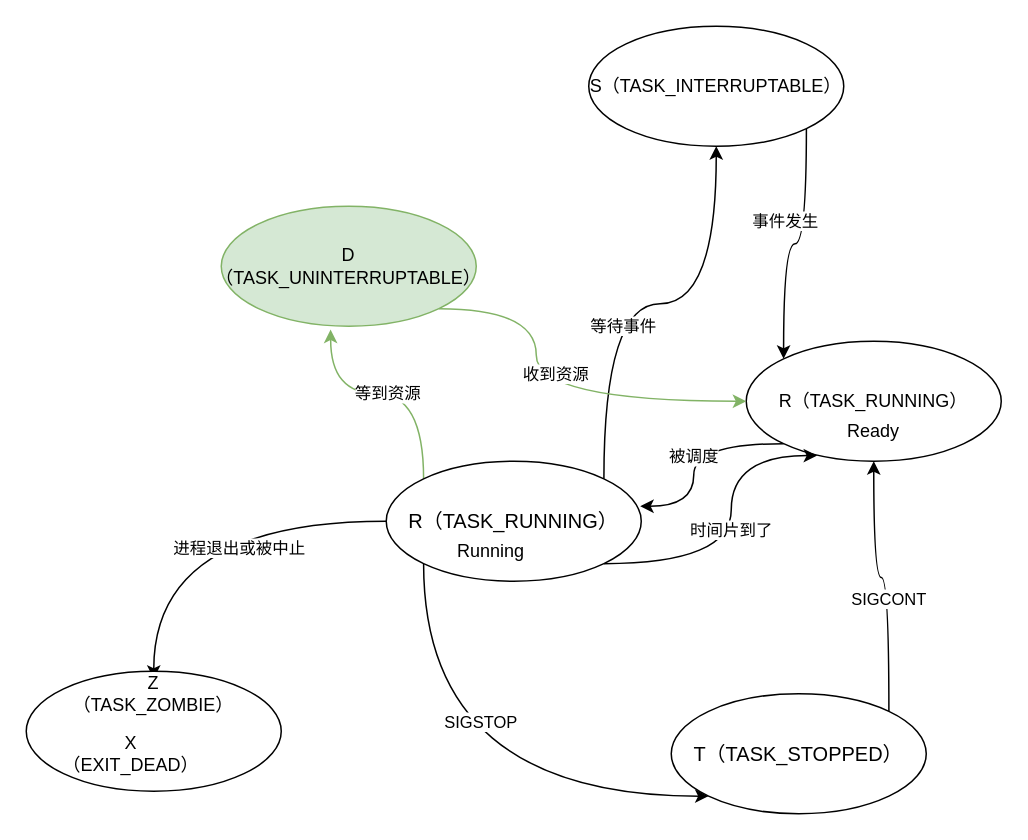
Earlier version of the draw.io diagram p_stat.drawio (helios741/plan). Source tidied: cells renumbered, new cells numbered last; positions are measured from the earlier drawing's top-left corner, leaving out a move shared by most shapes. Both pictures are drawn from the tidied source at 150%, with x=0, y=0 at pixel (26, 26).
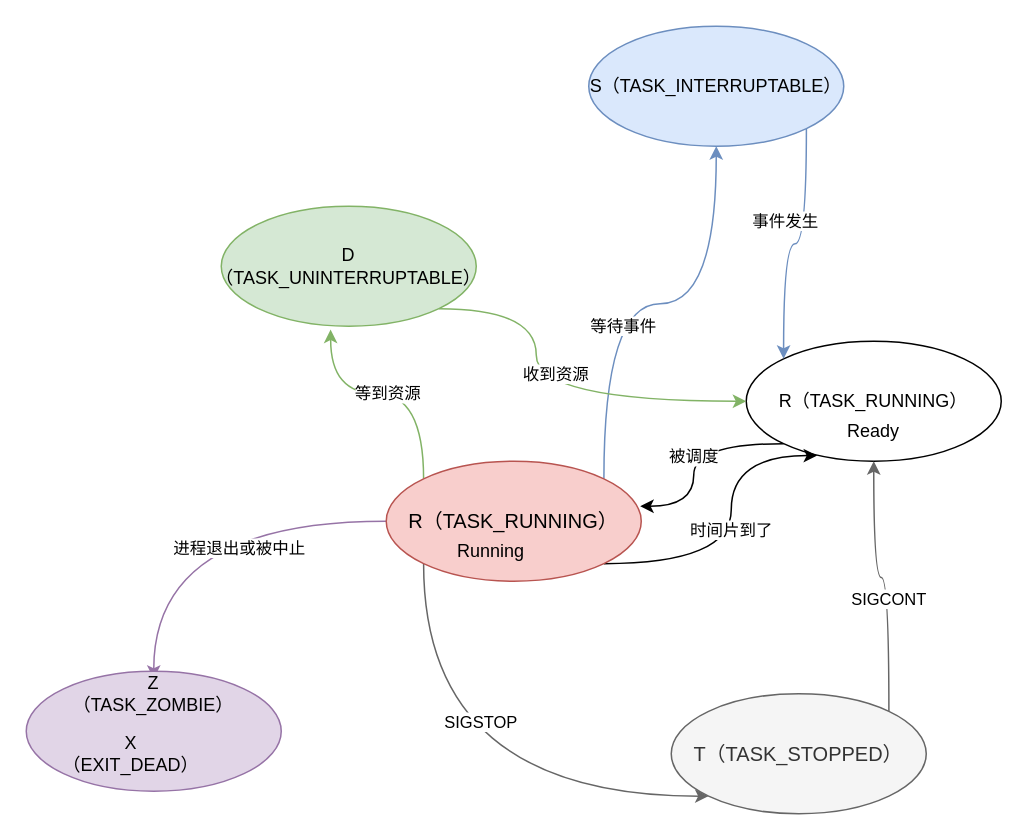
The same page after the edit.

Unchanged cells that the change refers to:
```xml
<mxCell id="3" value="R（TASK_RUNNING）" style="ellipse;whiteSpace=wrap;html=1;" parent="1" vertex="1">
  <mxGeometry x="480" y="210" width="170" height="80" as="geometry" />
</mxCell>
<mxCell id="25" value="Z（TASK_ZOMBIE）" style="text;html=1;strokeColor=none;fillColor=none;align=center;verticalAlign=middle;whiteSpace=wrap;rounded=0;" parent="1" vertex="1">
  <mxGeometry x="65" y="435" width="40" height="20" as="geometry" />
</mxCell>
```

What changed in the source:
```diff
@@
-    <mxCell id="4" style="edgeStyle=orthogonalEdgeStyle;jettySize=auto;html=1;exitX=1;exitY=1;exitDx=0;exitDy=0;entryX=0;entryY=0;entryDx=0;entryDy=0;curved=1;" parent="1" edge="1" source="6" target="3">
+    <mxCell id="4" style="edgeStyle=orthogonalEdgeStyle;jettySize=auto;html=1;exitX=1;exitY=1;exitDx=0;exitDy=0;entryX=0;entryY=0;entryDx=0;entryDy=0;curved=1;fillColor=#dae8fc;strokeColor=#6c8ebf;" parent="1" edge="1" source="6" target="3">
       <mxGeometry relative="1" as="geometry" />
     </mxCell>
@@
-    <mxCell id="6" value="S（TASK_INTERRUPTABLE）" style="ellipse;whiteSpace=wrap;html=1;" parent="1" vertex="1">
+    <mxCell id="6" value="S（TASK_INTERRUPTABLE）" style="ellipse;whiteSpace=wrap;html=1;fillColor=#dae8fc;strokeColor=#6c8ebf;" parent="1" vertex="1">
       <mxGeometry x="375" width="170" height="80" as="geometry" />
     </mxCell>
-    <mxCell id="7" style="edgeStyle=orthogonalEdgeStyle;curved=1;jettySize=auto;html=1;exitX=1;exitY=0;exitDx=0;exitDy=0;" parent="1" edge="1" source="15" target="6">
+    <mxCell id="7" style="edgeStyle=orthogonalEdgeStyle;curved=1;jettySize=auto;html=1;exitX=1;exitY=0;exitDx=0;exitDy=0;fillColor=#dae8fc;strokeColor=#6c8ebf;" parent="1" edge="1" source="15" target="6">
       <mxGeometry relative="1" as="geometry" />
     </mxCell>
@@
-    <mxCell id="10" style="edgeStyle=orthogonalEdgeStyle;curved=1;jettySize=auto;html=1;exitX=0;exitY=1;exitDx=0;exitDy=0;entryX=0;entryY=1;entryDx=0;entryDy=0;" parent="1" edge="1" source="15" target="20">
+    <mxCell id="10" style="edgeStyle=orthogonalEdgeStyle;curved=1;jettySize=auto;html=1;exitX=0;exitY=1;exitDx=0;exitDy=0;entryX=0;entryY=1;entryDx=0;entryDy=0;fillColor=#f5f5f5;strokeColor=#666666;" parent="1" edge="1" source="15" target="20">
       <mxGeometry relative="1" as="geometry">
         <Array as="points">
           <mxPoint x="265" y="513" />
         </Array>
       </mxGeometry>
     </mxCell>
@@
-    <mxCell id="13" style="edgeStyle=orthogonalEdgeStyle;curved=1;jettySize=auto;html=1;exitX=0;exitY=0.5;exitDx=0;exitDy=0;entryX=0.5;entryY=0;entryDx=0;entryDy=0;" parent="1" edge="1" source="15" target="25">
+    <mxCell id="13" style="edgeStyle=orthogonalEdgeStyle;curved=1;jettySize=auto;html=1;exitX=0;exitY=0.5;exitDx=0;exitDy=0;entryX=0.5;entryY=0;entryDx=0;entryDy=0;fillColor=#e1d5e7;strokeColor=#9673a6;" parent="1" edge="1" source="15" target="25">
       <mxGeometry relative="1" as="geometry" />
     </mxCell>
@@
-    <mxCell id="15" value="&lt;span style=&quot;font-size: 13.3333px&quot;&gt;R（TASK_RUNNING）&lt;/span&gt;" style="ellipse;whiteSpace=wrap;html=1;" parent="1" vertex="1">
+    <mxCell id="15" value="&lt;span style=&quot;font-size: 13.3333px&quot;&gt;R（TASK_RUNNING）&lt;/span&gt;" style="ellipse;whiteSpace=wrap;html=1;fillColor=#f8cecc;strokeColor=#b85450;" parent="1" vertex="1">
       <mxGeometry x="240" y="290" width="170" height="80" as="geometry" />
     </mxCell>
@@
-    <mxCell id="18" style="edgeStyle=orthogonalEdgeStyle;curved=1;jettySize=auto;html=1;exitX=1;exitY=0;exitDx=0;exitDy=0;entryX=0.5;entryY=1;entryDx=0;entryDy=0;" parent="1" edge="1" source="20" target="3">
+    <mxCell id="18" style="edgeStyle=orthogonalEdgeStyle;curved=1;jettySize=auto;html=1;exitX=1;exitY=0;exitDx=0;exitDy=0;entryX=0.5;entryY=1;entryDx=0;entryDy=0;fillColor=#f5f5f5;strokeColor=#666666;" parent="1" edge="1" source="20" target="3">
       <mxGeometry relative="1" as="geometry" />
     </mxCell>
@@
-    <mxCell id="20" value="&lt;span style=&quot;font-size: 13.3333px&quot;&gt;T（TASK_STOPPED）&lt;/span&gt;" style="ellipse;whiteSpace=wrap;html=1;" parent="1" vertex="1">
+    <mxCell id="20" value="&lt;span style=&quot;font-size: 13.3333px&quot;&gt;T（TASK_STOPPED）&lt;/span&gt;" style="ellipse;whiteSpace=wrap;html=1;fillColor=#f5f5f5;strokeColor=#666666;fontColor=#333333;" parent="1" vertex="1">
       <mxGeometry x="430" y="445" width="170" height="80" as="geometry" />
     </mxCell>
@@
-    <mxCell id="24" style="ellipse;whiteSpace=wrap;html=1;" parent="1" vertex="1">
+    <mxCell id="24" style="ellipse;whiteSpace=wrap;html=1;fillColor=#e1d5e7;strokeColor=#9673a6;" parent="1" vertex="1">
       <mxGeometry y="430" width="170" height="80" as="geometry" />
     </mxCell>
```
